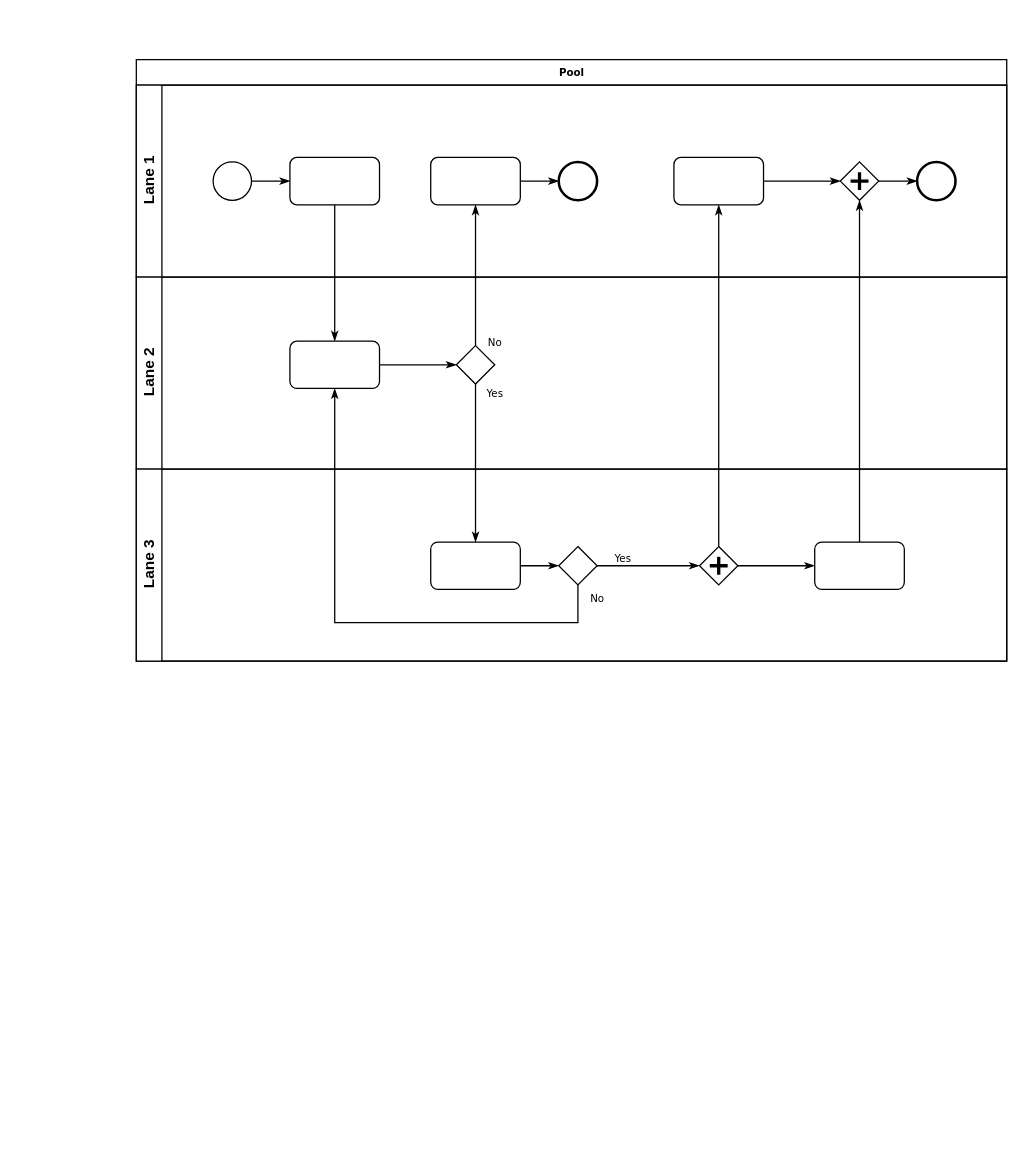
Before: sso-server/Untitled Diagram.drawio in suoyizhehe/simple-sso, a draw.io diagram. Source tidied: cells renumbered, new cells numbered last; positions are measured from the earlier drawing's top-left corner, leaving out a move shared by most shapes. Both pictures are drawn from the tidied source at 128%, with x=0, y=0 at pixel (136, 59).
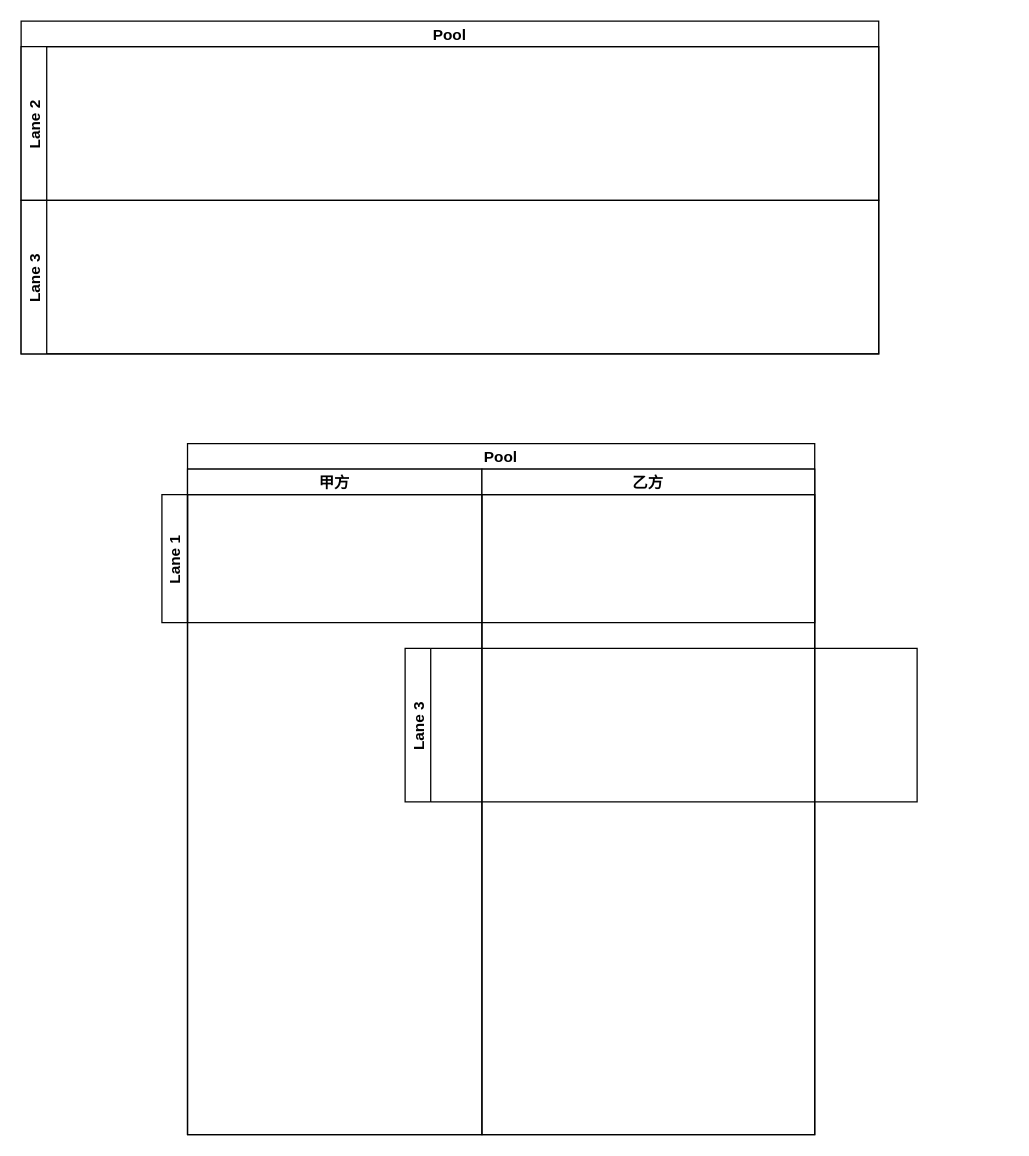
The same diagram, later.

What changed in the source:
```diff
@@
-    <mxCell id="2" value="Pool" style="swimlane;html=1;horizontal=1;startSize=20;rounded=0;shadow=0;labelBackgroundColor=none;strokeWidth=1;fontFamily=Verdana;fontSize=8;align=center;" parent="1" vertex="1">
-      <mxGeometry width="680" height="470" as="geometry" />
-    </mxCell>
+    <mxCell id="33" value="Pool" style="swimlane;horizontal=1;startSize=20;" parent="1" vertex="1">
+      <mxGeometry x="-90" y="-30" width="670" height="260" as="geometry" />
+    </mxCell>
+    <mxCell id="15" value="Lane 2" style="swimlane;startSize=20;horizontal=0;" parent="33" vertex="1">
+      <mxGeometry y="20" width="670" height="120" as="geometry" />
+    </mxCell>
+    <mxCell id="34" value="Lane 3" style="swimlane;startSize=20;horizontal=0;" parent="33" vertex="1">
+      <mxGeometry y="140" width="670" height="120" as="geometry" />
+    </mxCell>
-    <mxCell id="3" value="Lane 1" style="swimlane;html=1;startSize=20;horizontal=0;" parent="2" vertex="1">
-      <mxGeometry y="20" width="680" height="150" as="geometry" />
+    <mxCell id="3" value="Lane 1" style="swimlane;startSize=20;horizontal=0;" parent="1" vertex="1">
+      <mxGeometry x="20" y="340" width="510" height="100" as="geometry" />
     </mxCell>
-    <mxCell id="4" style="edgeStyle=orthogonalEdgeStyle;rounded=0;html=1;labelBackgroundColor=none;startArrow=none;startFill=0;startSize=5;endArrow=classicThin;endFill=1;endSize=5;jettySize=auto;strokeWidth=1;fontFamily=Verdana;fontSize=8;" parent="3" edge="1" source="5" target="6">
-      <mxGeometry relative="1" as="geometry" />
-    </mxCell>
-    <mxCell id="5" style="ellipse;whiteSpace=wrap;html=1;rounded=0;shadow=0;labelBackgroundColor=none;strokeWidth=1;fontFamily=Verdana;fontSize=8;align=center;" parent="3" vertex="1">
-      <mxGeometry x="60" y="60" width="30" height="30" as="geometry" />
-    </mxCell>
-    <mxCell id="6" style="rounded=1;whiteSpace=wrap;html=1;shadow=0;labelBackgroundColor=none;strokeWidth=1;fontFamily=Verdana;fontSize=8;align=center;" parent="3" vertex="1">
-      <mxGeometry x="120" y="56.5" width="70" height="37" as="geometry" />
-    </mxCell>
-    <mxCell id="7" style="edgeStyle=orthogonalEdgeStyle;rounded=0;html=1;labelBackgroundColor=none;startArrow=none;startFill=0;startSize=5;endArrow=classicThin;endFill=1;endSize=5;jettySize=auto;strokeWidth=1;fontFamily=Verdana;fontSize=8;" parent="3" edge="1" source="8" target="9">
-      <mxGeometry relative="1" as="geometry" />
-    </mxCell>
-    <mxCell id="8" style="rounded=1;whiteSpace=wrap;html=1;shadow=0;labelBackgroundColor=none;strokeWidth=1;fontFamily=Verdana;fontSize=8;align=center;" parent="3" vertex="1">
-      <mxGeometry x="230" y="56.5" width="70" height="37" as="geometry" />
-    </mxCell>
-    <mxCell id="9" style="ellipse;whiteSpace=wrap;html=1;rounded=0;shadow=0;labelBackgroundColor=none;strokeWidth=2;fontFamily=Verdana;fontSize=8;align=center;" parent="3" vertex="1">
-      <mxGeometry x="330" y="60" width="30" height="30" as="geometry" />
-    </mxCell>
-    <mxCell id="10" style="edgeStyle=orthogonalEdgeStyle;rounded=0;html=1;entryX=0;entryY=0.5;labelBackgroundColor=none;startArrow=none;startFill=0;startSize=5;endArrow=classicThin;endFill=1;endSize=5;jettySize=auto;strokeWidth=1;fontFamily=Verdana;fontSize=8;" parent="3" edge="1" source="11" target="13">
-      <mxGeometry relative="1" as="geometry" />
-    </mxCell>
-    <mxCell id="11" style="rounded=1;whiteSpace=wrap;html=1;shadow=0;labelBackgroundColor=none;strokeWidth=1;fontFamily=Verdana;fontSize=8;align=center;" parent="3" vertex="1">
-      <mxGeometry x="420" y="56.5" width="70" height="37" as="geometry" />
-    </mxCell>
-    <mxCell id="12" style="edgeStyle=orthogonalEdgeStyle;rounded=0;html=1;labelBackgroundColor=none;startArrow=none;startFill=0;startSize=5;endArrow=classicThin;endFill=1;endSize=5;jettySize=auto;strokeWidth=1;fontFamily=Verdana;fontSize=8;" parent="3" edge="1" source="13" target="14">
-      <mxGeometry relative="1" as="geometry" />
-    </mxCell>
-    <mxCell id="13" style="shape=mxgraph.bpmn.shape;html=1;verticalLabelPosition=bottom;labelBackgroundColor=#ffffff;verticalAlign=top;perimeter=rhombusPerimeter;background=gateway;outline=none;symbol=parallelGw;rounded=1;shadow=0;strokeWidth=1;fontFamily=Verdana;fontSize=8;align=center;" parent="3" vertex="1">
-      <mxGeometry x="550" y="60" width="30" height="30" as="geometry" />
-    </mxCell>
-    <mxCell id="14" style="ellipse;whiteSpace=wrap;html=1;rounded=0;shadow=0;labelBackgroundColor=none;strokeWidth=2;fontFamily=Verdana;fontSize=8;align=center;" parent="3" vertex="1">
-      <mxGeometry x="610" y="60" width="30" height="30" as="geometry" />
-    </mxCell>
-    <mxCell id="15" value="Lane 2" style="swimlane;html=1;startSize=20;horizontal=0;" parent="2" vertex="1">
-      <mxGeometry y="170" width="680" height="150" as="geometry" />
-    </mxCell>
-    <mxCell id="16" style="edgeStyle=orthogonalEdgeStyle;rounded=0;html=1;labelBackgroundColor=none;startArrow=none;startFill=0;startSize=5;endArrow=classicThin;endFill=1;endSize=5;jettySize=auto;strokeWidth=1;fontFamily=Verdana;fontSize=8;" parent="15" edge="1" source="17" target="18">
-      <mxGeometry relative="1" as="geometry" />
-    </mxCell>
-    <mxCell id="17" style="rounded=1;whiteSpace=wrap;html=1;shadow=0;labelBackgroundColor=none;strokeWidth=1;fontFamily=Verdana;fontSize=8;align=center;" parent="15" vertex="1">
-      <mxGeometry x="120" y="50" width="70" height="37" as="geometry" />
-    </mxCell>
-    <mxCell id="18" style="strokeWidth=1;html=1;shape=mxgraph.flowchart.decision;whiteSpace=wrap;rounded=1;shadow=0;labelBackgroundColor=none;fontFamily=Verdana;fontSize=8;align=center;" parent="15" vertex="1">
-      <mxGeometry x="250" y="53.5" width="30" height="30" as="geometry" />
-    </mxCell>
-    <mxCell id="19" value="Lane 3" style="swimlane;html=1;startSize=20;horizontal=0;" parent="2" vertex="1">
-      <mxGeometry y="320" width="680" height="150" as="geometry" />
-    </mxCell>
-    <mxCell id="20" style="edgeStyle=orthogonalEdgeStyle;rounded=0;html=1;labelBackgroundColor=none;startArrow=none;startFill=0;startSize=5;endArrow=classicThin;endFill=1;endSize=5;jettySize=auto;strokeWidth=1;fontFamily=Verdana;fontSize=8;" parent="19" edge="1" source="21" target="23">
-      <mxGeometry relative="1" as="geometry" />
-    </mxCell>
-    <mxCell id="21" style="rounded=1;whiteSpace=wrap;html=1;shadow=0;labelBackgroundColor=none;strokeWidth=1;fontFamily=Verdana;fontSize=8;align=center;" parent="19" vertex="1">
-      <mxGeometry x="230" y="57" width="70" height="37" as="geometry" />
-    </mxCell>
-    <mxCell id="22" value="Yes" style="edgeStyle=orthogonalEdgeStyle;rounded=0;html=1;entryX=0;entryY=0.5;labelBackgroundColor=none;startArrow=none;startFill=0;startSize=5;endArrow=classicThin;endFill=1;endSize=5;jettySize=auto;strokeWidth=1;fontFamily=Verdana;fontSize=8;" parent="19" edge="1" source="23" target="25">
-      <mxGeometry x="-0.5" y="6" relative="1" as="geometry" />
-    </mxCell>
-    <mxCell id="23" style="strokeWidth=1;html=1;shape=mxgraph.flowchart.decision;whiteSpace=wrap;rounded=1;shadow=0;labelBackgroundColor=none;fontFamily=Verdana;fontSize=8;align=center;" parent="19" vertex="1">
-      <mxGeometry x="330" y="60.5" width="30" height="30" as="geometry" />
-    </mxCell>
-    <mxCell id="24" style="edgeStyle=orthogonalEdgeStyle;rounded=0;html=1;labelBackgroundColor=none;startArrow=none;startFill=0;startSize=5;endArrow=classicThin;endFill=1;endSize=5;jettySize=auto;strokeColor=#000000;strokeWidth=1;fontFamily=Verdana;fontSize=8;fontColor=#000000;" parent="19" edge="1" source="25" target="26">
-      <mxGeometry relative="1" as="geometry" />
-    </mxCell>
-    <mxCell id="25" style="shape=mxgraph.bpmn.shape;html=1;verticalLabelPosition=bottom;labelBackgroundColor=#ffffff;verticalAlign=top;perimeter=rhombusPerimeter;background=gateway;outline=none;symbol=parallelGw;rounded=1;shadow=0;strokeWidth=1;fontFamily=Verdana;fontSize=8;align=center;" parent="19" vertex="1">
-      <mxGeometry x="440" y="60.5" width="30" height="30" as="geometry" />
-    </mxCell>
-    <mxCell id="26" style="rounded=1;whiteSpace=wrap;html=1;shadow=0;labelBackgroundColor=none;strokeWidth=1;fontFamily=Verdana;fontSize=8;align=center;" parent="19" vertex="1">
-      <mxGeometry x="530" y="57" width="70" height="37" as="geometry" />
-    </mxCell>
-    <mxCell id="27" style="edgeStyle=orthogonalEdgeStyle;rounded=0;html=1;labelBackgroundColor=none;startArrow=none;startFill=0;startSize=5;endArrow=classicThin;endFill=1;endSize=5;jettySize=auto;strokeWidth=1;fontFamily=Verdana;fontSize=8;" parent="2" edge="1" source="6" target="17">
-      <mxGeometry relative="1" as="geometry" />
-    </mxCell>
-    <mxCell id="28" value="No" style="edgeStyle=orthogonalEdgeStyle;rounded=0;html=1;labelBackgroundColor=none;startArrow=none;startFill=0;startSize=5;endArrow=classicThin;endFill=1;endSize=5;jettySize=auto;strokeWidth=1;fontFamily=Verdana;fontSize=8;" parent="2" edge="1" source="18" target="8">
-      <mxGeometry x="-0.94" y="-15" relative="1" as="geometry" />
-    </mxCell>
-    <mxCell id="29" value="Yes" style="edgeStyle=orthogonalEdgeStyle;rounded=0;html=1;labelBackgroundColor=none;startArrow=none;startFill=0;startSize=5;endArrow=classicThin;endFill=1;endSize=5;jettySize=auto;strokeWidth=1;fontFamily=Verdana;fontSize=8;" parent="2" edge="1" source="18" target="21">
-      <mxGeometry x="-0.89" y="15" relative="1" as="geometry" />
-    </mxCell>
-    <mxCell id="30" style="edgeStyle=orthogonalEdgeStyle;rounded=0;html=1;entryX=0.5;entryY=1;labelBackgroundColor=none;startArrow=none;startFill=0;startSize=5;endArrow=classicThin;endFill=1;endSize=5;jettySize=auto;strokeWidth=1;fontFamily=Verdana;fontSize=8;" parent="2" edge="1" source="26" target="13">
-      <mxGeometry relative="1" as="geometry" />
-    </mxCell>
-    <mxCell id="31" value="No" style="edgeStyle=orthogonalEdgeStyle;rounded=0;html=1;labelBackgroundColor=none;startArrow=none;startFill=0;startSize=5;endArrow=classicThin;endFill=1;endSize=5;jettySize=auto;strokeWidth=1;fontFamily=Verdana;fontSize=8;" parent="2" edge="1" source="23" target="17">
-      <mxGeometry x="-0.95" y="15" relative="1" as="geometry">
-        <Array as="points">
-          <mxPoint x="345" y="440" />
-          <mxPoint x="155" y="440" />
-        </Array>
-      </mxGeometry>
-    </mxCell>
-    <mxCell id="32" style="edgeStyle=orthogonalEdgeStyle;rounded=0;html=1;labelBackgroundColor=none;startArrow=none;startFill=0;startSize=5;endArrow=classicThin;endFill=1;endSize=5;jettySize=auto;strokeWidth=1;fontFamily=Verdana;fontSize=8;" parent="2" edge="1" source="25" target="11">
-      <mxGeometry relative="1" as="geometry" />
-    </mxCell>
+    <mxCell id="35" value="Pool" style="swimlane;startSize=20;" parent="1" vertex="1">
+      <mxGeometry x="40" y="300" width="490" height="540" as="geometry" />
+    </mxCell>
+    <mxCell id="36" value="甲方" style="swimlane;startSize=20;" parent="35" vertex="1">
+      <mxGeometry y="20" width="230" height="520" as="geometry" />
+    </mxCell>
+    <mxCell id="37" value="乙方" style="swimlane;startSize=20;" parent="35" vertex="1">
+      <mxGeometry x="230" y="20" width="260" height="520" as="geometry" />
+    </mxCell>
+    <mxCell id="38" value="Lane 3" style="swimlane;startSize=20;horizontal=0;" parent="1" vertex="1">
+      <mxGeometry x="210" y="460" width="400" height="120" as="geometry" />
+    </mxCell>
```
